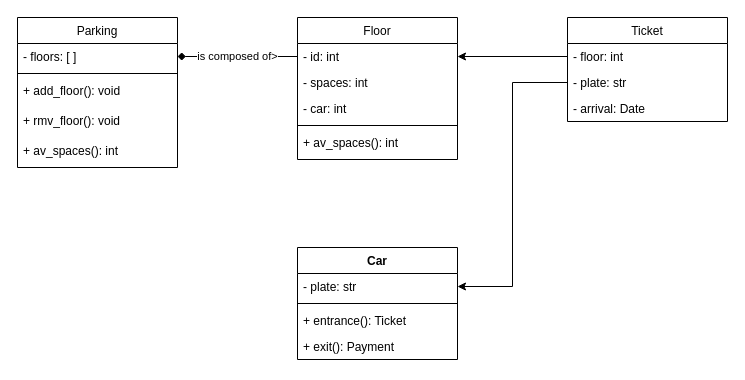
Above: ParkEase.drawio in toruke/2tm1_ParkEase (draw.io), before the change. Source tidied: cells renumbered, new cells numbered last; positions are measured from the earlier drawing's top-left corner, leaving out a move shared by most shapes. Both pictures are drawn from the tidied source at 100%, with x=0, y=0 at pixel (17, 17).
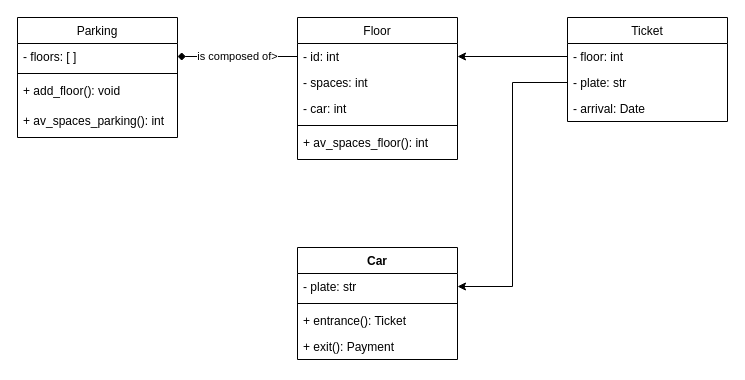
The same diagram, later.

Commit message:
nom fct d

The change refers to these unchanged cells:
```xml
<mxCell id="8" value="Floor" style="swimlane;fontStyle=0;align=center;verticalAlign=top;horizontal=1;startSize=26;rounded=0;shadow=0;strokeWidth=1;" parent="1" vertex="1">
  <mxGeometry x="280" width="160" height="142" as="geometry" />
</mxCell>
```

The edit, as a diff of the source:
```diff
@@
     <mxCell id="2" value="Parking" style="swimlane;fontStyle=0;align=center;verticalAlign=top;horizontal=1;startSize=26;rounded=0;shadow=0;strokeWidth=1;" parent="1" vertex="1">
-      <mxGeometry width="160" height="150" as="geometry" />
+      <mxGeometry width="160" height="120" as="geometry" />
     </mxCell>
@@
-    <mxCell id="6" value="+ rmv_floor(): void" style="text;align=left;verticalAlign=top;spacingLeft=4;spacingRight=4;overflow=hidden;" parent="2" vertex="1">
-      <mxGeometry y="90" width="160" height="30" as="geometry" />
-    </mxCell>
-    <mxCell id="7" value="+ av_spaces(): int" style="text;align=left;verticalAlign=top;spacingLeft=4;spacingRight=4;overflow=hidden;" parent="2" vertex="1">
-      <mxGeometry y="120" width="160" height="30" as="geometry" />
+    <mxCell id="7" value="+ av_spaces_parking(): int" style="text;align=left;verticalAlign=top;spacingLeft=4;spacingRight=4;overflow=hidden;" parent="2" vertex="1">
+      <mxGeometry y="90" width="160" height="30" as="geometry" />
     </mxCell>
@@
-    <mxCell id="13" value="+ av_spaces(): int" style="text;align=left;verticalAlign=top;spacingLeft=4;spacingRight=4;overflow=hidden;" parent="8" vertex="1">
+    <mxCell id="13" value="+ av_spaces_floor(): int" style="text;align=left;verticalAlign=top;spacingLeft=4;spacingRight=4;overflow=hidden;" parent="8" vertex="1">
       <mxGeometry y="112" width="160" height="30" as="geometry" />
     </mxCell>
```
